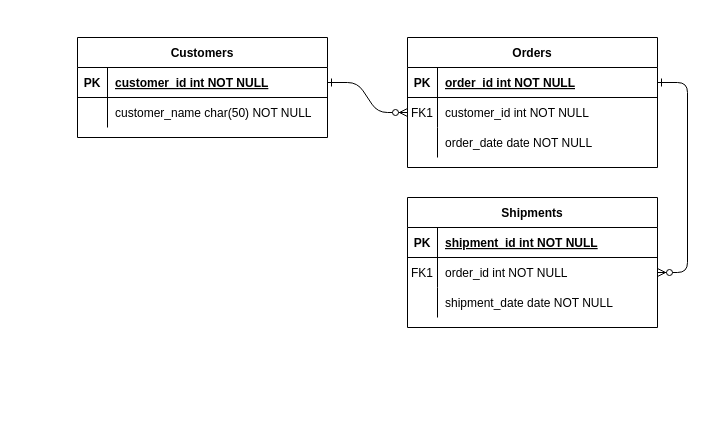
This is galeria/Galeria.drawio from cabrasky/web-yambo, a draw.io file, before an edit. Source tidied: cells renumbered, new cells numbered last; positions are measured from the earlier drawing's top-left corner, leaving out a move shared by most shapes. Both pictures are drawn from the tidied source at 100%, with x=0, y=0 at pixel (77, 37).
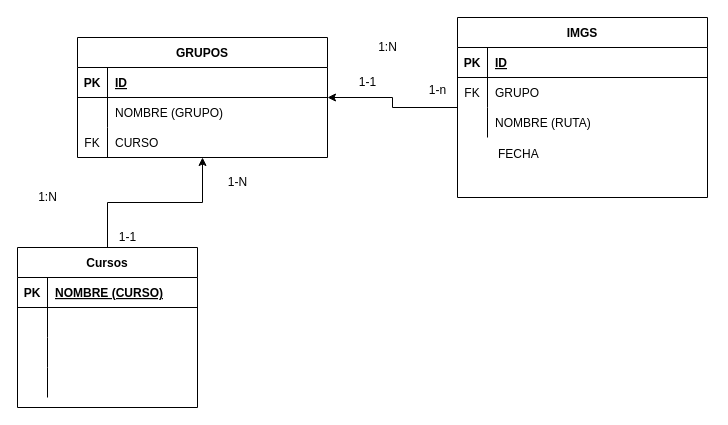
The same diagram, later.

Unchanged cells that the change refers to:
```xml
<mxCell id="5" style="shape=partialRectangle;fillColor=none;points=[[0,0.5],[1,0.5]];portConstraint=eastwest;top=0;left=0;right=0;bottom=1;" parent="4" vertex="1">
  <mxGeometry y="30" width="250" height="30" as="geometry" />
</mxCell>
<mxCell id="8" style="shape=partialRectangle;fillColor=none;points=[[0,0.5],[1,0.5]];portConstraint=eastwest;top=0;left=0;right=0;bottom=0;" parent="4" vertex="1">
  <mxGeometry y="60" width="250" height="30" as="geometry" />
</mxCell>
<mxCell id="11" style="shape=partialRectangle;fillColor=none;top=0;left=0;right=0;bottom=0;" parent="4" vertex="1">
  <mxGeometry y="90" width="250" height="30" as="geometry" />
</mxCell>
<mxCell id="25" style="shape=partialRectangle;fillColor=none;points=[[0,0.5],[1,0.5]];portConstraint=eastwest;top=0;left=0;right=0;bottom=1;" parent="24" vertex="1">
  <mxGeometry y="30" width="250" height="30" as="geometry" />
</mxCell>
<mxCell id="28" style="shape=partialRectangle;fillColor=none;top=0;left=0;right=0;bottom=0;" parent="24" vertex="1">
  <mxGeometry y="60" width="250" height="30" as="geometry" />
</mxCell>
```

What changed in the source:
```diff
@@
-    <mxCell id="2" style="edgeStyle=entityRelationEdgeStyle;endArrow=ERzeroToMany;startArrow=ERone;endFill=1;startFill=0;" parent="1" edge="1" source="25" target="8">
-      <mxGeometry relative="1" as="geometry" />
-    </mxCell>
-    <mxCell id="3" style="edgeStyle=entityRelationEdgeStyle;endArrow=ERzeroToMany;startArrow=ERone;endFill=1;startFill=0;" parent="1" edge="1" source="5" target="18">
-      <mxGeometry relative="1" as="geometry" />
-    </mxCell>
+    <mxCell id="31" style="edgeStyle=orthogonalEdgeStyle;rounded=0;jettySize=auto;html=1;" parent="1" edge="1" source="4" target="24">
+      <mxGeometry relative="1" as="geometry" />
+    </mxCell>
-    <mxCell id="4" value="Orders" style="shape=table;startSize=30;childLayout=tableLayout;rowLines=0;fontStyle=1;align=center;" parent="1" vertex="1">
-      <mxGeometry x="330" width="250" height="130" as="geometry" />
+    <mxCell id="4" value="IMGS" style="shape=table;startSize=30;childLayout=tableLayout;rowLines=0;fontStyle=1;align=center;" parent="1" vertex="1">
+      <mxGeometry x="380" y="-20" width="250" height="180" as="geometry" />
     </mxCell>
@@
-    <mxCell id="7" value="order_id int NOT NULL " style="shape=partialRectangle;overflow=hidden;fillColor=none;top=0;left=0;bottom=0;right=0;align=left;spacingLeft=6;fontStyle=5;" parent="5" vertex="1">
+    <mxCell id="7" value="ID" style="shape=partialRectangle;overflow=hidden;fillColor=none;top=0;left=0;bottom=0;right=0;align=left;spacingLeft=6;fontStyle=5;" parent="5" vertex="1">
       <mxGeometry x="30" width="220" height="30" as="geometry" />
     </mxCell>
@@
-    <mxCell id="9" value="FK1" style="shape=partialRectangle;overflow=hidden;fillColor=none;top=0;left=0;bottom=0;right=0;" parent="8" vertex="1">
+    <mxCell id="9" value="FK" style="shape=partialRectangle;overflow=hidden;fillColor=none;top=0;left=0;bottom=0;right=0;" parent="8" vertex="1">
       <mxGeometry width="30" height="30" as="geometry" />
     </mxCell>
-    <mxCell id="10" value="customer_id int NOT NULL" style="shape=partialRectangle;overflow=hidden;fillColor=none;top=0;left=0;bottom=0;right=0;align=left;spacingLeft=6;" parent="8" vertex="1">
+    <mxCell id="10" value="GRUPO" style="shape=partialRectangle;overflow=hidden;fillColor=none;top=0;left=0;bottom=0;right=0;align=left;spacingLeft=6;" parent="8" vertex="1">
       <mxGeometry x="30" width="220" height="30" as="geometry" />
     </mxCell>
@@
-    <mxCell id="13" value="order_date date NOT NULL" style="shape=partialRectangle;overflow=hidden;fillColor=none;top=0;left=0;bottom=0;right=0;align=left;spacingLeft=6;" parent="11" vertex="1">
+    <mxCell id="13" value="NOMBRE (RUTA)" style="shape=partialRectangle;overflow=hidden;fillColor=none;top=0;left=0;bottom=0;right=0;align=left;spacingLeft=6;" parent="11" vertex="1">
       <mxGeometry x="30" width="220" height="30" as="geometry" />
     </mxCell>
-    <mxCell id="14" value="Shipments" style="shape=table;startSize=30;childLayout=tableLayout;rowLines=0;fontStyle=1;align=center;" parent="1" vertex="1">
-      <mxGeometry x="330" y="160" width="250" height="130" as="geometry" />
-    </mxCell>
-    <mxCell id="15" style="shape=partialRectangle;fillColor=none;top=0;left=0;right=0;bottom=1;" parent="14" vertex="1">
-      <mxGeometry y="30" width="250" height="30" as="geometry" />
-    </mxCell>
-    <mxCell id="16" value="PK" style="shape=partialRectangle;overflow=hidden;fillColor=none;top=0;left=0;bottom=0;right=0;fontStyle=1;" parent="15" vertex="1">
-      <mxGeometry width="30" height="30" as="geometry" />
-    </mxCell>
-    <mxCell id="17" value="shipment_id int NOT NULL " style="shape=partialRectangle;overflow=hidden;fillColor=none;top=0;left=0;bottom=0;right=0;align=left;spacingLeft=6;fontStyle=5;" parent="15" vertex="1">
-      <mxGeometry x="30" width="220" height="30" as="geometry" />
-    </mxCell>
-    <mxCell id="18" style="shape=partialRectangle;fillColor=none;points=[[0,0.5],[1,0.5]];portConstraint=eastwest;top=0;left=0;right=0;bottom=0;" parent="14" vertex="1">
-      <mxGeometry y="60" width="250" height="30" as="geometry" />
-    </mxCell>
-    <mxCell id="19" value="FK1" style="shape=partialRectangle;overflow=hidden;fillColor=none;top=0;left=0;bottom=0;right=0;" parent="18" vertex="1">
-      <mxGeometry width="30" height="30" as="geometry" />
-    </mxCell>
-    <mxCell id="20" value="order_id int NOT NULL" style="shape=partialRectangle;overflow=hidden;fillColor=none;top=0;left=0;bottom=0;right=0;align=left;spacingLeft=6;" parent="18" vertex="1">
-      <mxGeometry x="30" width="220" height="30" as="geometry" />
-    </mxCell>
-    <mxCell id="21" style="shape=partialRectangle;fillColor=none;top=0;left=0;right=0;bottom=0;" parent="14" vertex="1">
-      <mxGeometry y="90" width="250" height="30" as="geometry" />
-    </mxCell>
-    <mxCell id="22" style="shape=partialRectangle;overflow=hidden;fillColor=none;top=0;left=0;bottom=0;right=0;" parent="21" vertex="1">
-      <mxGeometry width="30" height="30" as="geometry" />
-    </mxCell>
-    <mxCell id="23" value="shipment_date date NOT NULL" style="shape=partialRectangle;overflow=hidden;fillColor=none;top=0;left=0;bottom=0;right=0;align=left;spacingLeft=6;" parent="21" vertex="1">
-      <mxGeometry x="30" width="220" height="30" as="geometry" />
-    </mxCell>
-    <mxCell id="24" value="Customers" style="shape=table;startSize=30;childLayout=tableLayout;rowLines=0;fontStyle=1;align=center;" parent="1" vertex="1">
-      <mxGeometry width="250" height="100" as="geometry" />
+    <mxCell id="24" value="GRUPOS" style="shape=table;startSize=30;childLayout=tableLayout;rowLines=0;fontStyle=1;align=center;" parent="1" vertex="1">
+      <mxGeometry width="250" height="120" as="geometry" />
     </mxCell>
@@
-    <mxCell id="27" value="customer_id int NOT NULL " style="shape=partialRectangle;overflow=hidden;fillColor=none;top=0;left=0;bottom=0;right=0;align=left;spacingLeft=6;fontStyle=5;" parent="25" vertex="1">
+    <mxCell id="27" value="ID" style="shape=partialRectangle;overflow=hidden;fillColor=none;top=0;left=0;bottom=0;right=0;align=left;spacingLeft=6;fontStyle=5;" parent="25" vertex="1">
       <mxGeometry x="30" width="220" height="30" as="geometry" />
     </mxCell>
@@
-    <mxCell id="30" value="customer_name char(50) NOT NULL" style="shape=partialRectangle;overflow=hidden;fillColor=none;top=0;left=0;bottom=0;right=0;align=left;spacingLeft=6;" parent="28" vertex="1">
+    <mxCell id="30" value="NOMBRE (GRUPO)" style="shape=partialRectangle;overflow=hidden;fillColor=none;top=0;left=0;bottom=0;right=0;align=left;spacingLeft=6;" parent="28" vertex="1">
       <mxGeometry x="30" width="220" height="30" as="geometry" />
     </mxCell>
+    <mxCell id="21" style="shape=partialRectangle;fillColor=none;top=0;left=0;right=0;bottom=0;" parent="24" vertex="1">
+      <mxGeometry y="90" width="250" height="30" as="geometry" />
+    </mxCell>
+    <mxCell id="32" value="FK" style="shape=partialRectangle;overflow=hidden;fillColor=none;top=0;left=0;bottom=0;right=0;" parent="21" vertex="1">
+      <mxGeometry width="30" height="30" as="geometry" />
+    </mxCell>
+    <mxCell id="33" value="CURSO" style="shape=partialRectangle;overflow=hidden;fillColor=none;top=0;left=0;bottom=0;right=0;align=left;spacingLeft=6;" parent="21" vertex="1">
+      <mxGeometry x="30" width="220" height="30" as="geometry" />
+    </mxCell>
+    <mxCell id="34" value="FECHA" style="shape=partialRectangle;overflow=hidden;fillColor=none;top=0;left=0;bottom=0;right=0;align=left;spacingLeft=6;" parent="1" vertex="1">
+      <mxGeometry x="413" y="101" width="220" height="30" as="geometry" />
+    </mxCell>
+    <mxCell id="35" value="1-1" style="text;html=1;align=center;verticalAlign=middle;strokeColor=none;fillColor=none;" parent="1" vertex="1">
+      <mxGeometry x="270" y="30" width="40" height="30" as="geometry" />
+    </mxCell>
+    <mxCell id="36" value="&lt;div&gt;1-n&lt;/div&gt;" style="text;html=1;align=center;verticalAlign=middle;strokeColor=none;fillColor=none;" parent="1" vertex="1">
+      <mxGeometry x="340" y="38" width="40" height="30" as="geometry" />
+    </mxCell>
+    <mxCell id="37" style="edgeStyle=orthogonalEdgeStyle;rounded=0;jettySize=auto;html=1;" parent="1" edge="1" source="38" target="24">
+      <mxGeometry relative="1" as="geometry" />
+    </mxCell>
+    <mxCell id="38" value="Cursos" style="shape=table;startSize=30;childLayout=tableLayout;rowLines=0;fontStyle=1;align=center;" parent="1" vertex="1">
+      <mxGeometry x="-60" y="210" width="180" height="160" as="geometry" />
+    </mxCell>
+    <mxCell id="39" style="shape=tableRow;horizontal=0;startSize=0;swimlaneHead=0;swimlaneBody=0;fillColor=none;top=0;left=0;right=0;bottom=1;" parent="38" vertex="1">
+      <mxGeometry y="30" width="180" height="30" as="geometry" />
+    </mxCell>
+    <mxCell id="16" value="PK" style="shape=partialRectangle;fillColor=none;top=0;left=0;bottom=0;right=0;fontStyle=1;overflow=hidden;" parent="39" vertex="1">
+      <mxGeometry width="30" height="30" as="geometry" />
+    </mxCell>
+    <mxCell id="40" value="NOMBRE (CURSO)" style="shape=partialRectangle;fillColor=none;top=0;left=0;bottom=0;right=0;align=left;spacingLeft=6;fontStyle=5;overflow=hidden;" parent="39" vertex="1">
+      <mxGeometry x="30" width="150" height="30" as="geometry" />
+    </mxCell>
+    <mxCell id="41" style="shape=tableRow;horizontal=0;startSize=0;swimlaneHead=0;swimlaneBody=0;fillColor=none;top=0;left=0;right=0;bottom=0;" parent="38" vertex="1">
+      <mxGeometry y="60" width="180" height="30" as="geometry" />
+    </mxCell>
+    <mxCell id="42" style="shape=partialRectangle;fillColor=none;top=0;left=0;bottom=0;right=0;overflow=hidden;" parent="41" vertex="1">
+      <mxGeometry width="30" height="30" as="geometry" />
+    </mxCell>
+    <mxCell id="43" style="shape=partialRectangle;fillColor=none;top=0;left=0;bottom=0;right=0;align=left;spacingLeft=6;overflow=hidden;" parent="41" vertex="1">
+      <mxGeometry x="30" width="150" height="30" as="geometry" />
+    </mxCell>
+    <mxCell id="44" style="shape=tableRow;horizontal=0;startSize=0;swimlaneHead=0;swimlaneBody=0;fillColor=none;top=0;left=0;right=0;bottom=0;" parent="38" vertex="1">
+      <mxGeometry y="90" width="180" height="30" as="geometry" />
+    </mxCell>
+    <mxCell id="45" style="shape=partialRectangle;fillColor=none;top=0;left=0;bottom=0;right=0;overflow=hidden;" parent="44" vertex="1">
+      <mxGeometry width="30" height="30" as="geometry" />
+    </mxCell>
+    <mxCell id="46" style="shape=partialRectangle;fillColor=none;top=0;left=0;bottom=0;right=0;align=left;spacingLeft=6;overflow=hidden;" parent="44" vertex="1">
+      <mxGeometry x="30" width="150" height="30" as="geometry" />
+    </mxCell>
+    <mxCell id="47" style="shape=tableRow;horizontal=0;startSize=0;swimlaneHead=0;swimlaneBody=0;fillColor=none;top=0;left=0;right=0;bottom=0;" parent="38" vertex="1">
+      <mxGeometry y="120" width="180" height="30" as="geometry" />
+    </mxCell>
+    <mxCell id="48" style="shape=partialRectangle;fillColor=none;top=0;left=0;bottom=0;right=0;overflow=hidden;" parent="47" vertex="1">
+      <mxGeometry width="30" height="30" as="geometry" />
+    </mxCell>
+    <mxCell id="49" style="shape=partialRectangle;fillColor=none;top=0;left=0;bottom=0;right=0;align=left;spacingLeft=6;overflow=hidden;" parent="47" vertex="1">
+      <mxGeometry x="30" width="150" height="30" as="geometry" />
+    </mxCell>
+    <mxCell id="50" value="&lt;div&gt;1-N&lt;/div&gt;" style="text;html=1;align=center;verticalAlign=middle;strokeColor=none;fillColor=none;" parent="1" vertex="1">
+      <mxGeometry x="140" y="130" width="40" height="30" as="geometry" />
+    </mxCell>
+    <mxCell id="51" value="&lt;div&gt;1-1&lt;/div&gt;" style="text;html=1;align=center;verticalAlign=middle;strokeColor=none;fillColor=none;" parent="1" vertex="1">
+      <mxGeometry x="30" y="185" width="40" height="30" as="geometry" />
+    </mxCell>
+    <mxCell id="52" value="1:N" style="text;html=1;align=center;verticalAlign=middle;strokeColor=none;fillColor=none;" parent="1" vertex="1">
+      <mxGeometry x="-50" y="145" width="40" height="30" as="geometry" />
+    </mxCell>
+    <mxCell id="53" value="&lt;div&gt;1:N&lt;/div&gt;" style="text;html=1;align=center;verticalAlign=middle;strokeColor=none;fillColor=none;" parent="1" vertex="1">
+      <mxGeometry x="290" y="-5" width="40" height="30" as="geometry" />
+    </mxCell>
```
